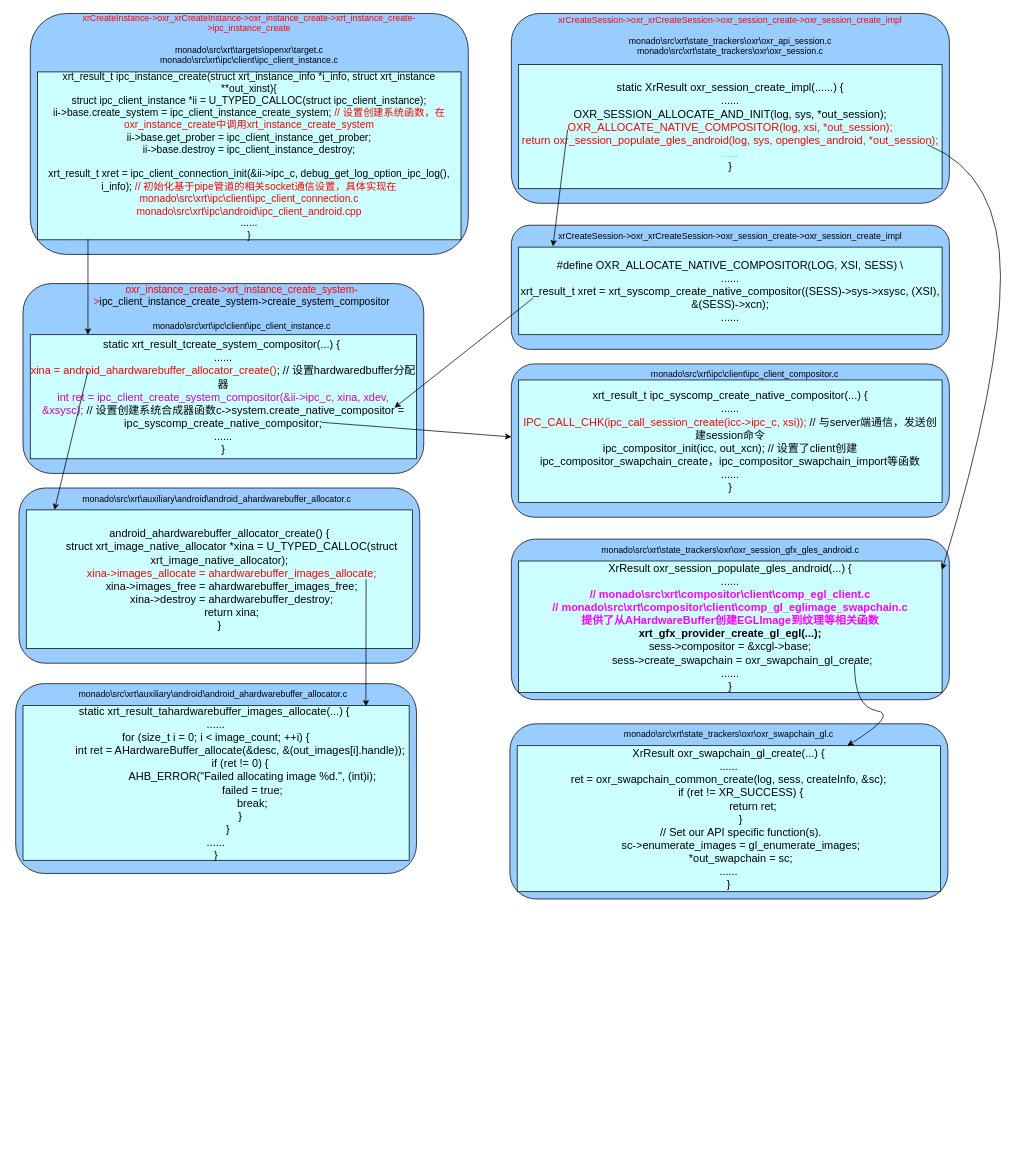
Above: page "第 2 页" (2 of 2) of images/create-swapchain.drawio in Joe-Bi-2016/joe-bi-2016.github.io (draw.io), before the change. Source tidied: cells renumbered, new cells numbered last; positions are measured from the earlier drawing's top-left corner, leaving out a move shared by most shapes. Both pictures are drawn from the tidied source at 73%, with x=0, y=0 at pixel (15, 13).
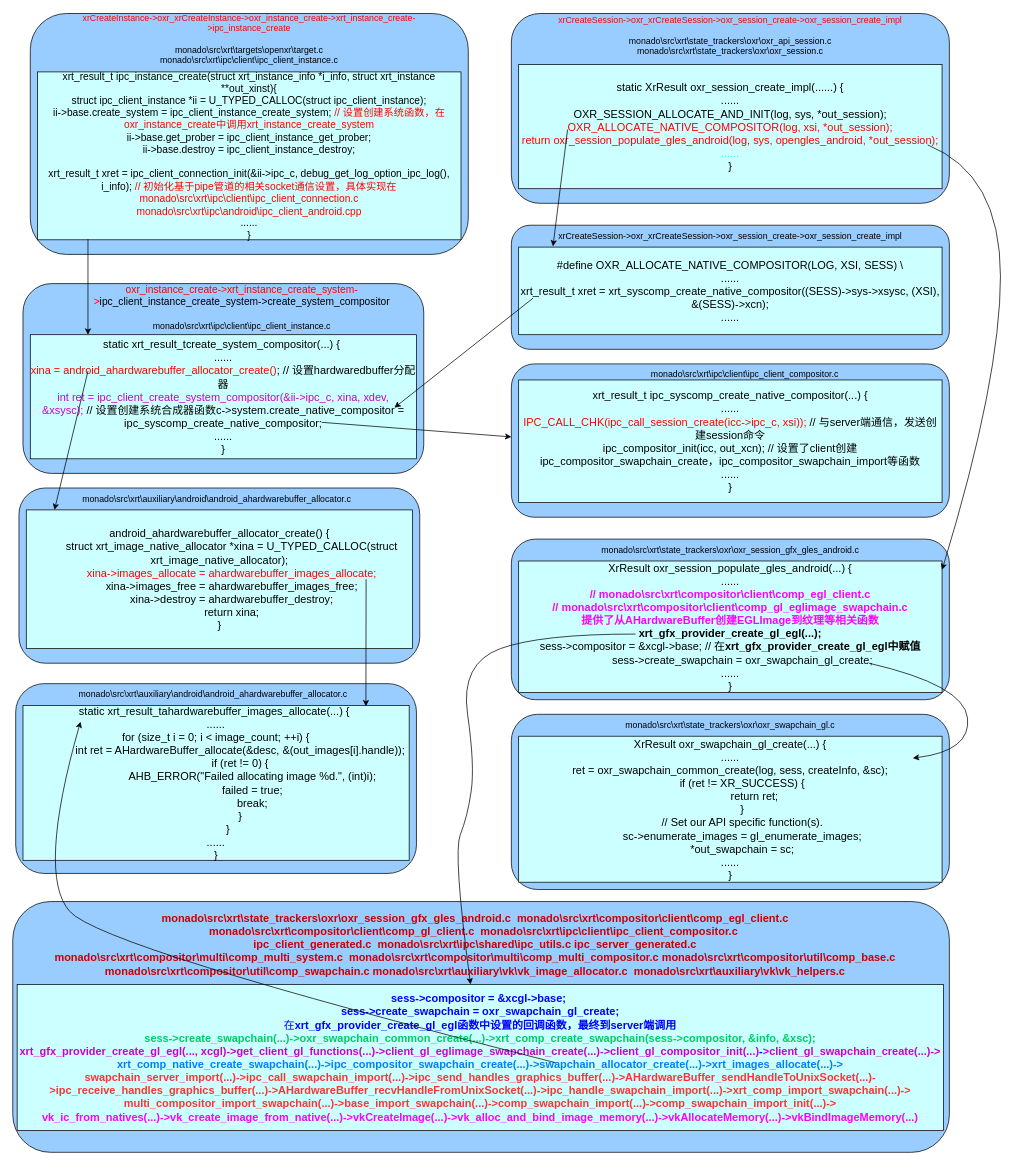
Above is the later version.

Commit message (it also covers changes not shown here):
monado out of process分析

Unchanged cells that the change refers to:
```xml
<mxCell id="18" value="&lt;span style=&quot;font-size: 15px;&quot;&gt;static xrt_result_tahardwarebuffer_images_allocate(...) {&amp;nbsp;&lt;/span&gt;&lt;div&gt;&lt;span style=&quot;font-size: 15px;&quot;&gt;......&lt;/span&gt;&lt;/div&gt;&lt;div&gt;&lt;div style=&quot;&quot;&gt;&lt;span style=&quot;font-size: 15px;&quot;&gt;for (size_t i = 0; i &amp;lt; image_count; ++i) {&lt;/span&gt;&lt;/div&gt;&lt;div style=&quot;&quot;&gt;&lt;span style=&quot;font-size: 15px; white-space: normal;&quot;&gt;&lt;span style=&quot;white-space:pre&quot;&gt;&#9;&#9;&lt;/span&gt;int ret = AHardwareBuffer_allocate(&amp;amp;desc, &amp;amp;(out_images[i].handle));&lt;/span&gt;&lt;/div&gt;&lt;div style=&quot;&quot;&gt;&lt;span style=&quot;font-size: 15px; white-space: normal;&quot;&gt;&lt;span style=&quot;white-space:pre&quot;&gt;&#9;&#9;&lt;/span&gt;if (ret != 0) {&lt;/span&gt;&lt;/div&gt;&lt;div style=&quot;&quot;&gt;&lt;span style=&quot;font-size: 15px; white-space: normal;&quot;&gt;&lt;span style=&quot;white-space:pre&quot;&gt;&#9;&#9;&#9;&lt;/span&gt;AHB_ERROR(&quot;Failed allocating image %d.&quot;, (int)i);&lt;/span&gt;&lt;/div&gt;&lt;div style=&quot;&quot;&gt;&lt;span style=&quot;font-size: 15px; white-space: normal;&quot;&gt;&lt;span style=&quot;white-space:pre&quot;&gt;&#9;&#9;&#9;&lt;/span&gt;failed = true;&lt;/span&gt;&lt;/div&gt;&lt;div style=&quot;&quot;&gt;&lt;span style=&quot;font-size: 15px; white-space: normal;&quot;&gt;&lt;span style=&quot;white-space:pre&quot;&gt;&#9;&#9;&#9;&lt;/span&gt;break;&lt;/span&gt;&lt;/div&gt;&lt;div style=&quot;&quot;&gt;&lt;span style=&quot;font-size: 15px; white-space: normal;&quot;&gt;&lt;span style=&quot;white-space:pre&quot;&gt;&#9;&#9;&lt;/span&gt;}&lt;/span&gt;&lt;/div&gt;&lt;div style=&quot;&quot;&gt;&lt;span style=&quot;font-size: 15px; white-space: normal;&quot;&gt;&lt;span style=&quot;white-space: pre;&quot;&gt;&#9;&lt;/span&gt;}&lt;/span&gt;&lt;/div&gt;&lt;/div&gt;&lt;div&gt;&lt;span style=&quot;font-size: 15px;&quot;&gt;......&lt;/span&gt;&lt;/div&gt;&lt;div&gt;&lt;span style=&quot;font-size: 15px;&quot;&gt;}&lt;/span&gt;&lt;br&gt;&lt;/div&gt;" style="rounded=0;whiteSpace=wrap;html=1;fillColor=#CCFFFF;" parent="1" vertex="1">
  <mxGeometry x="10" y="948" width="529" height="212" as="geometry" />
</mxCell>
```

The edit, as a diff of the source:
```diff
@@
-    <mxCell id="31" value="&lt;div style=&quot;&quot;&gt;&lt;span style=&quot;background-color: initial; font-size: 15px;&quot;&gt;XrResult&amp;nbsp;&lt;/span&gt;&lt;span style=&quot;font-size: 15px;&quot;&gt;oxr_session_populate_gles_android(...) {&lt;/span&gt;&lt;/div&gt;&lt;div style=&quot;&quot;&gt;&lt;span style=&quot;font-size: 15px;&quot;&gt;......&lt;/span&gt;&lt;/div&gt;&lt;div style=&quot;&quot;&gt;&lt;b&gt;&lt;font color=&quot;#ff00ff&quot;&gt;&lt;span style=&quot;font-size: 15px;&quot;&gt;//&amp;nbsp;&lt;/span&gt;&lt;span style=&quot;background-color: initial; font-size: 15px;&quot;&gt;monado\src\xrt\compositor\client\comp_egl_client.c&lt;/span&gt;&lt;/font&gt;&lt;/b&gt;&lt;/div&gt;&lt;div style=&quot;&quot;&gt;&lt;font color=&quot;#ff00ff&quot;&gt;&lt;b&gt;&lt;span style=&quot;background-color: initial; font-size: 15px;&quot;&gt;//&amp;nbsp;&lt;/span&gt;&lt;/b&gt;&lt;span style=&quot;background-color: initial; font-size: 15px;&quot;&gt;&lt;b&gt;monado\src\xrt\compositor\client\comp_gl_eglimage_swapchain.c&lt;/b&gt;&lt;/span&gt;&lt;/font&gt;&lt;/div&gt;&lt;div style=&quot;&quot;&gt;&lt;font color=&quot;#ff00ff&quot;&gt;&lt;b style=&quot;background-color: initial;&quot;&gt;&lt;span style=&quot;background-color: initial; font-size: 15px;&quot;&gt;提供了从&lt;/span&gt;&lt;span style=&quot;font-size: 15px; background-color: initial;&quot;&gt;AHardwareBuffer&lt;/span&gt;&lt;/b&gt;&lt;b style=&quot;background-color: initial; font-size: 15px;&quot;&gt;创建EGLImage到纹理等相关函数&lt;/b&gt;&lt;/font&gt;&lt;/div&gt;&lt;div style=&quot;&quot;&gt;&lt;span style=&quot;font-size: 15px;&quot;&gt;&lt;b&gt;xrt_gfx_provider_create_gl_egl(...);&lt;/b&gt;&lt;/span&gt;&lt;br&gt;&lt;/div&gt;&lt;div style=&quot;&quot;&gt;&lt;span style=&quot;font-size: 15px;&quot;&gt;&lt;div&gt;sess-&amp;gt;compositor = &amp;amp;xcgl-&amp;gt;base;&lt;/div&gt;&lt;div&gt;&lt;span style=&quot;white-space:pre&quot;&gt;&#9;&lt;/span&gt;sess-&amp;gt;create_swapchain = oxr_swapchain_gl_create;&lt;/div&gt;&lt;/span&gt;&lt;/div&gt;&lt;div style=&quot;&quot;&gt;&lt;span style=&quot;font-size: 15px;&quot;&gt;......&lt;/span&gt;&lt;/div&gt;&lt;div style=&quot;&quot;&gt;&lt;span style=&quot;font-size: 15px;&quot;&gt;}&lt;/span&gt;&lt;br&gt;&lt;/div&gt;" style="rounded=0;whiteSpace=wrap;html=1;fillColor=#CCFFFF;" parent="1" vertex="1">
+    <mxCell id="31" value="&lt;div style=&quot;&quot;&gt;&lt;span style=&quot;background-color: initial; font-size: 15px;&quot;&gt;XrResult&amp;nbsp;&lt;/span&gt;&lt;span style=&quot;font-size: 15px;&quot;&gt;oxr_session_populate_gles_android(...) {&lt;/span&gt;&lt;/div&gt;&lt;div style=&quot;&quot;&gt;&lt;span style=&quot;font-size: 15px;&quot;&gt;......&lt;/span&gt;&lt;/div&gt;&lt;div style=&quot;&quot;&gt;&lt;b&gt;&lt;font color=&quot;#ff00ff&quot;&gt;&lt;span style=&quot;font-size: 15px;&quot;&gt;//&amp;nbsp;&lt;/span&gt;&lt;span style=&quot;background-color: initial; font-size: 15px;&quot;&gt;monado\src\xrt\compositor\client\comp_egl_client.c&lt;/span&gt;&lt;/font&gt;&lt;/b&gt;&lt;/div&gt;&lt;div style=&quot;&quot;&gt;&lt;font color=&quot;#ff00ff&quot;&gt;&lt;b&gt;&lt;span style=&quot;background-color: initial; font-size: 15px;&quot;&gt;//&amp;nbsp;&lt;/span&gt;&lt;/b&gt;&lt;span style=&quot;background-color: initial; font-size: 15px;&quot;&gt;&lt;b&gt;monado\src\xrt\compositor\client\comp_gl_eglimage_swapchain.c&lt;/b&gt;&lt;/span&gt;&lt;/font&gt;&lt;/div&gt;&lt;div style=&quot;&quot;&gt;&lt;font color=&quot;#ff00ff&quot;&gt;&lt;b style=&quot;background-color: initial;&quot;&gt;&lt;span style=&quot;background-color: initial; font-size: 15px;&quot;&gt;提供了从&lt;/span&gt;&lt;span style=&quot;font-size: 15px; background-color: initial;&quot;&gt;AHardwareBuffer&lt;/span&gt;&lt;/b&gt;&lt;b style=&quot;background-color: initial; font-size: 15px;&quot;&gt;创建EGLImage到纹理等相关函数&lt;/b&gt;&lt;/font&gt;&lt;b style=&quot;font-size: 15px; background-color: initial;&quot;&gt;xrt_gfx_provider_create_gl_egl(...);&lt;/b&gt;&lt;/div&gt;&lt;div style=&quot;&quot;&gt;&lt;span style=&quot;font-size: 15px;&quot;&gt;&lt;div&gt;sess-&amp;gt;compositor = &amp;amp;xcgl-&amp;gt;base; // 在&lt;b style=&quot;background-color: initial;&quot;&gt;xrt_gfx_provider_create_gl_egl中赋值&lt;/b&gt;&lt;/div&gt;&lt;/span&gt;&lt;span style=&quot;font-size: 15px;&quot;&gt;&lt;div&gt;&lt;span style=&quot;white-space:pre&quot;&gt;&#9;&lt;/span&gt;sess-&amp;gt;create_swapchain = oxr_swapchain_gl_create;&lt;/div&gt;&lt;/span&gt;&lt;/div&gt;&lt;div style=&quot;&quot;&gt;&lt;span style=&quot;font-size: 15px;&quot;&gt;......&lt;/span&gt;&lt;/div&gt;&lt;div style=&quot;&quot;&gt;&lt;span style=&quot;font-size: 15px;&quot;&gt;}&lt;/span&gt;&lt;br&gt;&lt;/div&gt;" style="rounded=0;whiteSpace=wrap;html=1;fillColor=#CCFFFF;" parent="1" vertex="1">
       <mxGeometry x="689" y="750" width="580" height="180" as="geometry" />
     </mxCell>
@@
     <mxCell id="33" style="rounded=1;whiteSpace=wrap;html=1;fillColor=#99CCFF;" parent="1" vertex="1">
-      <mxGeometry x="677" y="973" width="600" height="240" as="geometry" />
+      <mxGeometry x="679" y="960" width="600" height="240" as="geometry" />
     </mxCell>
     <mxCell id="34" value="monado\src\xrt\state_trackers\oxr\oxr_swapchain_gl.c" style="text;html=1;align=center;verticalAlign=middle;whiteSpace=wrap;rounded=0;" parent="1" vertex="1">
-      <mxGeometry x="717" y="973" width="520" height="30" as="geometry" />
+      <mxGeometry x="719" y="960" width="520" height="30" as="geometry" />
     </mxCell>
     <mxCell id="35" value="&lt;div style=&quot;&quot;&gt;&lt;span style=&quot;background-color: initial; font-size: 15px;&quot;&gt;XrResult&amp;nbsp;&lt;/span&gt;&lt;span style=&quot;font-size: 15px;&quot;&gt;oxr_swapchain_gl_create(...) {&lt;/span&gt;&lt;/div&gt;&lt;div style=&quot;&quot;&gt;&lt;span style=&quot;font-size: 15px;&quot;&gt;......&lt;/span&gt;&lt;/div&gt;&lt;div style=&quot;&quot;&gt;&lt;div style=&quot;&quot;&gt;&lt;span style=&quot;font-size: 15px;&quot;&gt;ret = oxr_swapchain_common_create(log, sess, createInfo, &amp;amp;sc);&lt;/span&gt;&lt;/div&gt;&lt;div style=&quot;&quot;&gt;&lt;span style=&quot;font-size: 15px; white-space: normal;&quot;&gt;&lt;span style=&quot;white-space:pre&quot;&gt;&#9;&lt;/span&gt;if (ret != XR_SUCCESS) {&lt;/span&gt;&lt;/div&gt;&lt;div style=&quot;&quot;&gt;&lt;span style=&quot;font-size: 15px; white-space: normal;&quot;&gt;&lt;span style=&quot;white-space:pre&quot;&gt;&#9;&#9;&lt;/span&gt;return ret;&lt;/span&gt;&lt;/div&gt;&lt;div style=&quot;&quot;&gt;&lt;span style=&quot;font-size: 15px; white-space: normal;&quot;&gt;&lt;span style=&quot;white-space:pre&quot;&gt;&#9;&lt;/span&gt;}&lt;/span&gt;&lt;/div&gt;&lt;div style=&quot;&quot;&gt;&lt;span style=&quot;font-size: 15px; white-space: normal;&quot;&gt;&lt;span style=&quot;white-space:pre&quot;&gt;&#9;&lt;/span&gt;// Set our API specific function(s).&lt;/span&gt;&lt;/div&gt;&lt;div style=&quot;&quot;&gt;&lt;span style=&quot;font-size: 15px; white-space: normal;&quot;&gt;&lt;span style=&quot;white-space:pre&quot;&gt;&#9;&lt;/span&gt;sc-&amp;gt;enumerate_images = gl_enumerate_images;&lt;/span&gt;&lt;/div&gt;&lt;div style=&quot;&quot;&gt;&lt;span style=&quot;font-size: 15px; background-color: initial; white-space: pre;&quot;&gt;&#9;&lt;/span&gt;&lt;span style=&quot;font-size: 15px; background-color: initial;&quot;&gt;*out_swapchain = sc;&lt;/span&gt;&lt;br&gt;&lt;/div&gt;&lt;/div&gt;&lt;div style=&quot;&quot;&gt;&lt;span style=&quot;font-size: 15px;&quot;&gt;......&lt;/span&gt;&lt;/div&gt;&lt;div style=&quot;&quot;&gt;&lt;span style=&quot;font-size: 15px;&quot;&gt;}&lt;/span&gt;&lt;br&gt;&lt;/div&gt;" style="rounded=0;whiteSpace=wrap;html=1;fillColor=#CCFFFF;" parent="1" vertex="1">
-      <mxGeometry x="687" y="1003" width="580" height="200" as="geometry" />
+      <mxGeometry x="689" y="990" width="580" height="200" as="geometry" />
     </mxCell>
-    <mxCell id="36" style="curved=1;endArrow=classic;html=1;rounded=0;exitX=0.793;exitY=0.778;exitDx=0;exitDy=0;exitPerimeter=0;" parent="1" edge="1" source="31" target="35">
-      <mxGeometry relative="1" as="geometry">
-        <Array as="points">
-          <mxPoint x="1149" y="950" />
-          <mxPoint x="1209" y="960" />
-        </Array>
-      </mxGeometry>
-    </mxCell>
+    <mxCell id="37" style="rounded=1;whiteSpace=wrap;html=1;fillColor=#99CCFF;" parent="1" vertex="1">
+      <mxGeometry x="-4" y="1216.5" width="1283" height="343.5" as="geometry" />
+    </mxCell>
+    <mxCell id="38" value="&lt;div&gt;&lt;b style=&quot;&quot;&gt;&lt;font color=&quot;#cc0000&quot;&gt;&lt;span style=&quot;background-color: initial; font-size: 15px;&quot;&gt;monado\src\xrt\state_trackers\oxr\oxr_session_gfx_gles_android.c&amp;nbsp;&amp;nbsp;&lt;/span&gt;&lt;/font&gt;&lt;/b&gt;&lt;b style=&quot;color: rgb(204, 0, 0); background-color: initial;&quot;&gt;&lt;span style=&quot;background-color: initial; font-size: 15px;&quot;&gt;monado\src\xrt\compositor\client\comp_egl_client.c&lt;/span&gt;&lt;/b&gt;&lt;/div&gt;&lt;div&gt;&lt;span style=&quot;background-color: initial;&quot;&gt;&lt;b&gt;&lt;font color=&quot;#cc0000&quot;&gt;&lt;span style=&quot;font-size: 15px;&quot;&gt;monado\src\xrt\compositor\client\comp_gl_client.c&amp;nbsp;&amp;nbsp;&lt;/span&gt;&lt;/font&gt;&lt;/b&gt;&lt;/span&gt;&lt;b style=&quot;font-size: 15px; background-color: initial;&quot;&gt;&lt;font color=&quot;#cc0000&quot;&gt;monado\src\xrt\ipc\client\ipc_client_compositor.c&amp;nbsp;&lt;/font&gt;&lt;/b&gt;&lt;/div&gt;&lt;div&gt;&lt;span style=&quot;background-color: initial; font-size: 15px;&quot;&gt;&lt;font color=&quot;#cc0000&quot;&gt;&lt;b&gt;ipc_client_generated.c&amp;nbsp;&amp;nbsp;&lt;/b&gt;&lt;/font&gt;&lt;/span&gt;&lt;span style=&quot;background-color: initial; font-size: 15px;&quot;&gt;&lt;font color=&quot;#cc0000&quot;&gt;&lt;b&gt;monado\src\xrt\ipc\shared\ipc_utils.c&amp;nbsp;&lt;/b&gt;&lt;/font&gt;&lt;/span&gt;&lt;b style=&quot;background-color: initial; color: rgb(204, 0, 0); font-size: 15px;&quot;&gt;ipc_server_generated.c&lt;/b&gt;&lt;/div&gt;&lt;div&gt;&lt;span style=&quot;background-color: initial;&quot;&gt;&lt;font style=&quot;&quot; color=&quot;#cc0000&quot;&gt;&lt;span style=&quot;font-size: 15px;&quot;&gt;&lt;b&gt;monado\src\xrt\compositor\multi\comp_multi_system.c&amp;nbsp;&amp;nbsp;&lt;/b&gt;&lt;/span&gt;&lt;/font&gt;&lt;/span&gt;&lt;span style=&quot;background-color: initial; font-size: 15px;&quot;&gt;&lt;font color=&quot;#cc0000&quot;&gt;&lt;b&gt;monado\src\xrt\compositor\multi\comp_multi_compositor.c&lt;/b&gt;&lt;/font&gt;&lt;/span&gt;&lt;span style=&quot;background-color: initial;&quot;&gt;&lt;font color=&quot;#cc0000&quot;&gt;&lt;span style=&quot;font-size: 15px;&quot;&gt;&lt;b&gt;&amp;nbsp;&lt;/b&gt;&lt;/span&gt;&lt;/font&gt;&lt;/span&gt;&lt;b style=&quot;background-color: initial; font-size: 15px; color: rgb(204, 0, 0);&quot;&gt;monado\src\xrt\compositor\util\comp_base.c&lt;/b&gt;&lt;/div&gt;&lt;div&gt;&lt;span style=&quot;background-color: initial;&quot;&gt;&lt;font style=&quot;&quot; color=&quot;#cc0000&quot;&gt;&lt;span style=&quot;font-size: 15px;&quot;&gt;&lt;b&gt;monado\src\xrt\compositor\util\comp_swapchain.c&amp;nbsp;&lt;/b&gt;&lt;/span&gt;&lt;/font&gt;&lt;/span&gt;&lt;span style=&quot;background-color: initial; font-size: 15px;&quot;&gt;&lt;font color=&quot;#cc0000&quot;&gt;&lt;b&gt;monado\src\xrt\auxiliary\vk\vk_image_allocator.c&amp;nbsp;&amp;nbsp;&lt;/b&gt;&lt;/font&gt;&lt;/span&gt;&lt;span style=&quot;background-color: initial; font-size: 15px;&quot;&gt;&lt;font color=&quot;#cc0000&quot;&gt;&lt;b&gt;monado\src\xrt\auxiliary\vk\vk_helpers.c&lt;/b&gt;&lt;/font&gt;&lt;/span&gt;&lt;/div&gt;" style="text;html=1;align=center;verticalAlign=middle;whiteSpace=wrap;rounded=0;" parent="1" vertex="1">
+      <mxGeometry x="30" y="1220.5" width="1199" height="109.5" as="geometry" />
+    </mxCell>
+    <mxCell id="39" value="&lt;div style=&quot;&quot;&gt;&lt;span style=&quot;background-color: initial;&quot;&gt;&lt;font color=&quot;#0000ff&quot;&gt;&lt;span style=&quot;font-size: 15px;&quot;&gt;&lt;b&gt;sess-&amp;gt;compositor = &amp;amp;xcgl-&amp;gt;base;&lt;/b&gt;&lt;/span&gt;&lt;/font&gt;&lt;b style=&quot;color: rgb(0, 0, 255); font-size: 15px;&quot;&gt;&amp;nbsp;&lt;/b&gt;&lt;/span&gt;&lt;/div&gt;&lt;div style=&quot;&quot;&gt;&lt;span style=&quot;background-color: initial; font-size: 15px;&quot;&gt;&lt;font color=&quot;#0000ff&quot;&gt;&lt;b&gt;sess-&amp;gt;create_swapchain = oxr_swapchain_gl_create;&lt;/b&gt;&lt;/font&gt;&lt;/span&gt;&lt;/div&gt;&lt;div style=&quot;&quot;&gt;&lt;span style=&quot;background-color: initial; font-size: 15px;&quot;&gt;&lt;font color=&quot;#0000ff&quot;&gt;在&lt;/font&gt;&lt;/span&gt;&lt;b style=&quot;color: rgb(0, 0, 255); background-color: initial; font-size: 15px;&quot;&gt;xrt_gfx_provider_create_gl_egl函数中设置的回调函数，最终到server端调用&lt;/b&gt;&lt;/div&gt;&lt;div style=&quot;&quot;&gt;&lt;font color=&quot;#00cc66&quot;&gt;&lt;span style=&quot;background-color: initial; font-size: 15px;&quot;&gt;&lt;b style=&quot;&quot;&gt;sess-&amp;gt;create_swapchain(...)-&amp;gt;&lt;/b&gt;&lt;/span&gt;&lt;span style=&quot;background-color: initial; font-size: 15px;&quot;&gt;&lt;b style=&quot;&quot;&gt;oxr_swapchain_common_create(...)-&amp;gt;xrt_comp_create_swapchain(sess-&amp;gt;compositor, &amp;amp;info, &amp;amp;xsc);&lt;/b&gt;&lt;/span&gt;&lt;/font&gt;&lt;/div&gt;&lt;div style=&quot;&quot;&gt;&lt;span style=&quot;background-color: initial; font-size: 15px;&quot;&gt;&lt;b style=&quot;&quot;&gt;&lt;font color=&quot;#cc00cc&quot;&gt;xrt_gfx_provider_create_gl_egl(..., xcgl)-&amp;gt;get_client_gl_functions(...)-&amp;gt;client_gl_eglimage_swapchain_create(...)-&amp;gt;client_gl_compositor_init(...)&lt;/font&gt;&lt;/b&gt;&lt;/span&gt;&lt;span style=&quot;background-color: initial; font-size: 15px;&quot;&gt;&lt;b style=&quot;&quot;&gt;&lt;font color=&quot;#0000ff&quot;&gt;-&lt;/font&gt;&lt;font color=&quot;#cc00cc&quot;&gt;&amp;gt;&lt;/font&gt;&lt;/b&gt;&lt;/span&gt;&lt;span style=&quot;background-color: initial; font-size: 15px;&quot;&gt;&lt;b style=&quot;&quot;&gt;&lt;font color=&quot;#cc00cc&quot;&gt;client_gl_swapchain_create(...)-&amp;gt;&lt;/font&gt;&lt;/b&gt;&lt;/span&gt;&lt;/div&gt;&lt;div style=&quot;&quot;&gt;&lt;font color=&quot;#007fff&quot;&gt;&lt;span style=&quot;background-color: initial; font-size: 15px;&quot;&gt;&lt;b style=&quot;&quot;&gt;xrt_comp_native_create_swapchain(...)-&amp;gt;&lt;/b&gt;&lt;/span&gt;&lt;span style=&quot;background-color: initial;&quot;&gt;&lt;span style=&quot;font-size: 15px;&quot;&gt;&lt;b&gt;ipc_compositor_swapchain_create(...)-&amp;gt;&lt;/b&gt;&lt;/span&gt;&lt;/span&gt;&lt;span style=&quot;background-color: initial;&quot;&gt;&lt;span style=&quot;font-size: 15px;&quot;&gt;&lt;b&gt;swapchain_allocator_create&lt;/b&gt;&lt;/span&gt;&lt;b style=&quot;font-size: 15px;&quot;&gt;(...)&lt;/b&gt;&lt;font style=&quot;font-size: 15px; font-weight: bold;&quot;&gt;-&amp;gt;&lt;/font&gt;&lt;/span&gt;&lt;span style=&quot;background-color: initial; font-size: 15px;&quot;&gt;&lt;b style=&quot;&quot;&gt;xrt_images_allocate(...)-&amp;gt;&lt;/b&gt;&lt;/span&gt;&lt;/font&gt;&lt;/div&gt;&lt;div style=&quot;&quot;&gt;&lt;font color=&quot;#ff3333&quot;&gt;&lt;span style=&quot;background-color: initial; font-size: 15px;&quot;&gt;&lt;b style=&quot;&quot;&gt;swapchain_server_import(...)-&amp;gt;&lt;/b&gt;&lt;/span&gt;&lt;span style=&quot;background-color: initial; font-size: 15px;&quot;&gt;&lt;b&gt;ipc_call_swapchain_import(...)-&amp;gt;&lt;/b&gt;&lt;/span&gt;&lt;span style=&quot;background-color: initial; font-size: 15px;&quot;&gt;&lt;b&gt;ipc_send_handles_graphics_buffer(...)-&amp;gt;&lt;/b&gt;&lt;/span&gt;&lt;span style=&quot;background-color: initial; font-size: 15px;&quot;&gt;&lt;b style=&quot;&quot;&gt;AHardwareBuffer_sendHandleToUnixSocket(...)-&amp;gt;&lt;/b&gt;&lt;/span&gt;&lt;span style=&quot;background-color: initial; font-size: 15px;&quot;&gt;&lt;b&gt;ipc_receive_handles_graphics_buffer(...)-&amp;gt;&lt;/b&gt;&lt;/span&gt;&lt;span style=&quot;background-color: initial; font-size: 15px;&quot;&gt;&lt;b&gt;AHardwareBuffer_recvHandleFromUnixSocket(...)-&amp;gt;&lt;/b&gt;&lt;/span&gt;&lt;span style=&quot;background-color: initial; font-size: 15px;&quot;&gt;&lt;b&gt;ipc_handle_swapchain_import(...)-&amp;gt;&lt;/b&gt;&lt;/span&gt;&lt;span style=&quot;background-color: initial; font-size: 15px;&quot;&gt;&lt;b&gt;xrt_comp_import_swapchain(...)-&amp;gt;&lt;/b&gt;&lt;/span&gt;&lt;/font&gt;&lt;/div&gt;&lt;div style=&quot;&quot;&gt;&lt;font color=&quot;#ff3333&quot;&gt;&lt;span style=&quot;background-color: initial; font-size: 15px;&quot;&gt;&lt;b&gt;multi_compositor_import_swapchain(...)-&amp;gt;&lt;/b&gt;&lt;/span&gt;&lt;span style=&quot;background-color: initial; font-size: 15px;&quot;&gt;&lt;b&gt;base_import_swapchain(...)-&amp;gt;&lt;/b&gt;&lt;/span&gt;&lt;span style=&quot;background-color: initial; font-size: 15px;&quot;&gt;&lt;b&gt;comp_swapchain_import(...)-&amp;gt;&lt;/b&gt;&lt;/span&gt;&lt;span style=&quot;background-color: initial; font-size: 15px;&quot;&gt;&lt;b style=&quot;&quot;&gt;comp_swapchain_import_init(...)-&amp;gt;&lt;/b&gt;&lt;/span&gt;&lt;/font&gt;&lt;/div&gt;&lt;div style=&quot;&quot;&gt;&lt;font color=&quot;#ff00ff&quot;&gt;&lt;span style=&quot;background-color: initial; font-size: 15px;&quot;&gt;&lt;b style=&quot;&quot;&gt;vk_ic_from_natives(...)-&amp;gt;&lt;/b&gt;&lt;/span&gt;&lt;span style=&quot;background-color: initial; font-size: 15px;&quot;&gt;&lt;b&gt;vk_create_image_from_native(...)-&amp;gt;&lt;/b&gt;&lt;/span&gt;&lt;span style=&quot;background-color: initial; font-size: 15px;&quot;&gt;&lt;b&gt;vkCreateImage(...)-&amp;gt;&lt;/b&gt;&lt;/span&gt;&lt;span style=&quot;background-color: initial; font-size: 15px;&quot;&gt;&lt;b&gt;vk_alloc_and_bind_image_memory(...)-&amp;gt;&lt;/b&gt;&lt;/span&gt;&lt;span style=&quot;background-color: initial; font-size: 15px;&quot;&gt;&lt;b&gt;vkAllocateMemory(...)-&amp;gt;&lt;/b&gt;&lt;/span&gt;&lt;span style=&quot;background-color: initial; font-size: 15px;&quot;&gt;&lt;b style=&quot;&quot;&gt;vkBindImageMemory(...)&lt;/b&gt;&lt;/span&gt;&lt;/font&gt;&lt;/div&gt;" style="rounded=0;whiteSpace=wrap;html=1;fillColor=#CCFFFF;align=center;" parent="1" vertex="1">
+      <mxGeometry x="2" y="1330" width="1269" height="200" as="geometry" />
+    </mxCell>
+    <mxCell id="40" style="curved=1;endArrow=classic;html=1;rounded=0;exitX=0.845;exitY=0.778;exitDx=0;exitDy=0;exitPerimeter=0;entryX=0.931;entryY=0.15;entryDx=0;entryDy=0;entryPerimeter=0;" parent="1" edge="1" target="35">
+      <mxGeometry relative="1" as="geometry">
+        <mxPoint x="1169" y="890" as="sourcePoint" />
+        <Array as="points">
+          <mxPoint x="1298.9" y="920" />
+          <mxPoint x="1308.9" y="1010" />
+        </Array>
+      </mxGeometry>
+    </mxCell>
+    <mxCell id="41" style="curved=1;endArrow=classic;html=1;rounded=0;exitX=0.276;exitY=0.556;exitDx=0;exitDy=0;exitPerimeter=0;" parent="1" edge="1" source="31" target="39">
+      <mxGeometry relative="1" as="geometry">
+        <Array as="points">
+          <mxPoint x="719" y="850" />
+          <mxPoint x="609" y="890" />
+          <mxPoint x="629" y="1030" />
+          <mxPoint x="619" y="1100" />
+          <mxPoint x="599" y="1150" />
+        </Array>
+      </mxGeometry>
+    </mxCell>
+    <mxCell id="42" style="curved=1;endArrow=classic;html=1;rounded=0;entryX=0.149;entryY=0.104;entryDx=0;entryDy=0;entryPerimeter=0;exitX=0.581;exitY=0.536;exitDx=0;exitDy=0;exitPerimeter=0;" parent="1" edge="1" source="39" target="18">
+      <mxGeometry relative="1" as="geometry">
+        <Array as="points">
+          <mxPoint x="119" y="1280" />
+          <mxPoint x="29" y="1180" />
+        </Array>
+      </mxGeometry>
+    </mxCell>
```
